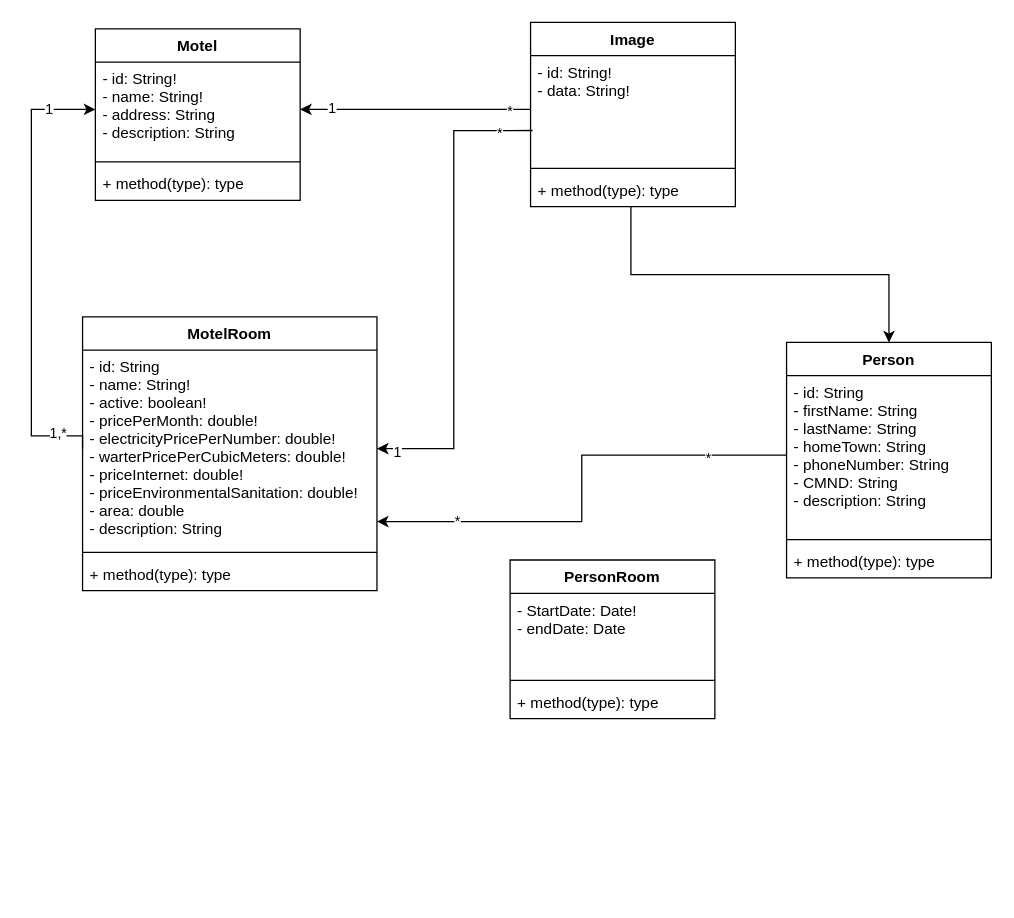
Earlier version of the draw.io diagram PTTT.drawio (duchoan6814/Truong-Duc-Hoan). Source tidied: cells renumbered, new cells numbered last; positions are measured from the earlier drawing's top-left corner, leaving out a move shared by most shapes. Both pictures are drawn from the tidied source at 128%, with x=0, y=0 at pixel (31, 22).
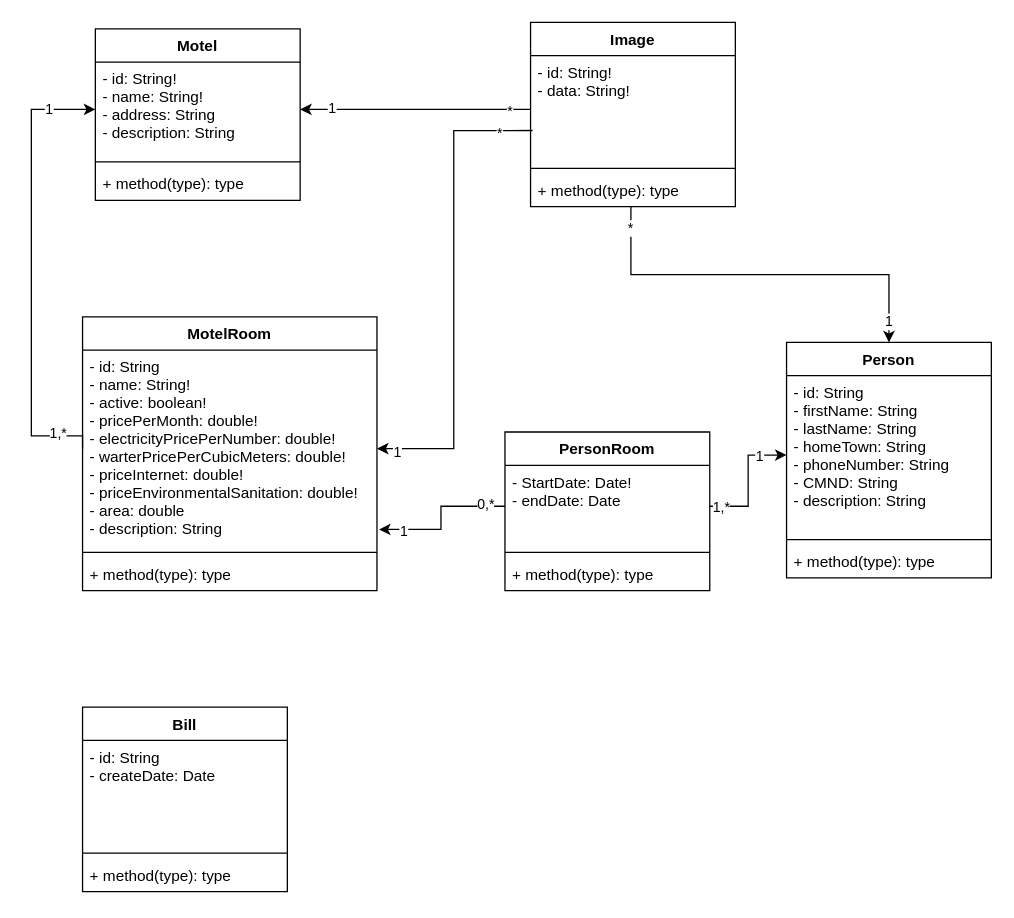
The same page after the edit.

Unchanged cells that the change refers to:
```xml
<mxCell id="17" value="- id: String&#10;- name: String!&#10;- active: boolean!&#10;- pricePerMonth: double!&#10;- electricityPricePerNumber: double!&#10;- warterPricePerCubicMeters: double!&#10;- priceInternet: double!&#10;- priceEnvironmentalSanitation: double!&#10;- area: double&#10;- description: String" style="text;strokeColor=none;fillColor=none;align=left;verticalAlign=top;spacingLeft=4;spacingRight=4;overflow=hidden;points=[[0,0.5],[1,0.5]];portConstraint=eastwest;" parent="16" vertex="1">
  <mxGeometry y="26" width="230" height="154" as="geometry" />
</mxCell>
<mxCell id="26" style="edgeStyle=orthogonalEdgeStyle;rounded=0;jettySize=auto;html=1;exitX=0.5;exitY=0;exitDx=0;exitDy=0;entryX=0.49;entryY=0.987;entryDx=0;entryDy=0;startArrow=classic;startFill=1;endArrow=none;endFill=0;entryPerimeter=0;" parent="1" edge="1" source="27" target="9">
  <mxGeometry relative="1" as="geometry" />
</mxCell>
<mxCell id="28" value="- id: String&#10;- firstName: String&#10;- lastName: String&#10;- homeTown: String&#10;- phoneNumber: String&#10;- CMND: String&#10;- description: String" style="text;strokeColor=none;fillColor=none;align=left;verticalAlign=top;spacingLeft=4;spacingRight=4;overflow=hidden;points=[[0,0.5],[1,0.5]];portConstraint=eastwest;" parent="27" vertex="1">
  <mxGeometry y="26" width="160" height="124" as="geometry" />
</mxCell>
<mxCell id="32" value="- StartDate: Date!&#10;- endDate: Date" style="text;strokeColor=none;fillColor=none;align=left;verticalAlign=top;spacingLeft=4;spacingRight=4;overflow=hidden;points=[[0,0.5],[1,0.5]];portConstraint=eastwest;" parent="31" vertex="1">
  <mxGeometry y="26" width="160" height="64" as="geometry" />
</mxCell>
```

Diff of the diagram source:
```diff
@@
-    <mxCell id="13" style="edgeStyle=orthogonalEdgeStyle;rounded=0;jettySize=auto;html=1;exitX=1;exitY=0.87;exitDx=0;exitDy=0;entryX=0;entryY=0.5;entryDx=0;entryDy=0;startArrow=classic;startFill=1;endArrow=none;endFill=0;exitPerimeter=0;" parent="1" edge="1" source="17" target="28">
-      <mxGeometry relative="1" as="geometry" />
-    </mxCell>
-    <mxCell id="14" value="*" style="edgeLabel;html=1;align=center;verticalAlign=middle;" parent="13" vertex="1">
-      <mxGeometry x="0.67" y="-2" relative="1" as="geometry" />
-    </mxCell>
-    <mxCell id="15" value="*" style="edgeLabel;html=1;align=center;verticalAlign=middle;" parent="13" vertex="1">
-      <mxGeometry x="-0.66" relative="1" as="geometry" />
-    </mxCell>
+    <mxCell id="35" style="edgeStyle=orthogonalEdgeStyle;rounded=0;jettySize=auto;html=1;exitX=1.007;exitY=0.91;exitDx=0;exitDy=0;entryX=0;entryY=0.5;entryDx=0;entryDy=0;startArrow=classic;startFill=1;endArrow=none;endFill=0;exitPerimeter=0;" parent="1" edge="1" source="17" target="32">
+      <mxGeometry relative="1" as="geometry" />
+    </mxCell>
+    <mxCell id="36" value="1" style="edgeLabel;html=1;align=center;verticalAlign=middle;" parent="35" vertex="1">
+      <mxGeometry x="-0.68" y="-1" relative="1" as="geometry" />
+    </mxCell>
+    <mxCell id="37" value="0,*" style="edgeLabel;html=1;align=center;verticalAlign=middle;" parent="35" vertex="1">
+      <mxGeometry x="0.73" y="2" relative="1" as="geometry" />
+    </mxCell>
@@
+    <mxCell id="38" value="1" style="edgeLabel;html=1;align=center;verticalAlign=middle;" parent="26" vertex="1">
+      <mxGeometry x="-0.89" y="1" relative="1" as="geometry" />
+    </mxCell>
+    <mxCell id="39" value="*" style="edgeLabel;html=1;align=center;verticalAlign=middle;" parent="26" vertex="1">
+      <mxGeometry x="0.89" y="1" relative="1" as="geometry" />
+    </mxCell>
@@
     <mxCell id="31" value="PersonRoom" style="swimlane;fontStyle=1;align=center;verticalAlign=top;horizontal=1;startSize=26;" parent="1" vertex="1">
-      <mxGeometry x="374" y="420" width="160" height="124" as="geometry" />
+      <mxGeometry x="370" y="320" width="160" height="124" as="geometry" />
     </mxCell>
@@
+    <mxCell id="40" style="edgeStyle=orthogonalEdgeStyle;rounded=0;jettySize=auto;html=1;exitX=0;exitY=0.5;exitDx=0;exitDy=0;entryX=1;entryY=0.5;entryDx=0;entryDy=0;startArrow=classic;startFill=1;endArrow=none;endFill=0;" parent="1" edge="1" source="28" target="32">
+      <mxGeometry relative="1" as="geometry" />
+    </mxCell>
+    <mxCell id="41" value="1" style="edgeLabel;html=1;align=center;verticalAlign=middle;" parent="40" vertex="1">
+      <mxGeometry x="-0.56" relative="1" as="geometry" />
+    </mxCell>
+    <mxCell id="42" value="1,*" style="edgeLabel;html=1;align=center;verticalAlign=middle;" parent="40" vertex="1">
+      <mxGeometry x="0.84" relative="1" as="geometry" />
+    </mxCell>
+    <mxCell id="43" value="Bill" style="swimlane;fontStyle=1;align=center;verticalAlign=top;horizontal=1;startSize=26;" parent="1" vertex="1">
+      <mxGeometry x="40" y="535" width="160" height="144" as="geometry" />
+    </mxCell>
+    <mxCell id="44" value="- id: String&#10;- createDate: Date&#10;" style="text;strokeColor=none;fillColor=none;align=left;verticalAlign=top;spacingLeft=4;spacingRight=4;overflow=hidden;" parent="43" vertex="1">
+      <mxGeometry y="26" width="160" height="84" as="geometry" />
+    </mxCell>
+    <mxCell id="45" style="line;strokeWidth=1;fillColor=none;align=left;verticalAlign=middle;spacingTop=-1;spacingLeft=3;spacingRight=3;labelPosition=right;" parent="43" vertex="1">
+      <mxGeometry y="110" width="160" height="8" as="geometry" />
+    </mxCell>
+    <mxCell id="46" value="+ method(type): type" style="text;strokeColor=none;fillColor=none;align=left;verticalAlign=top;spacingLeft=4;spacingRight=4;overflow=hidden;" parent="43" vertex="1">
+      <mxGeometry y="118" width="160" height="26" as="geometry" />
+    </mxCell>
```
